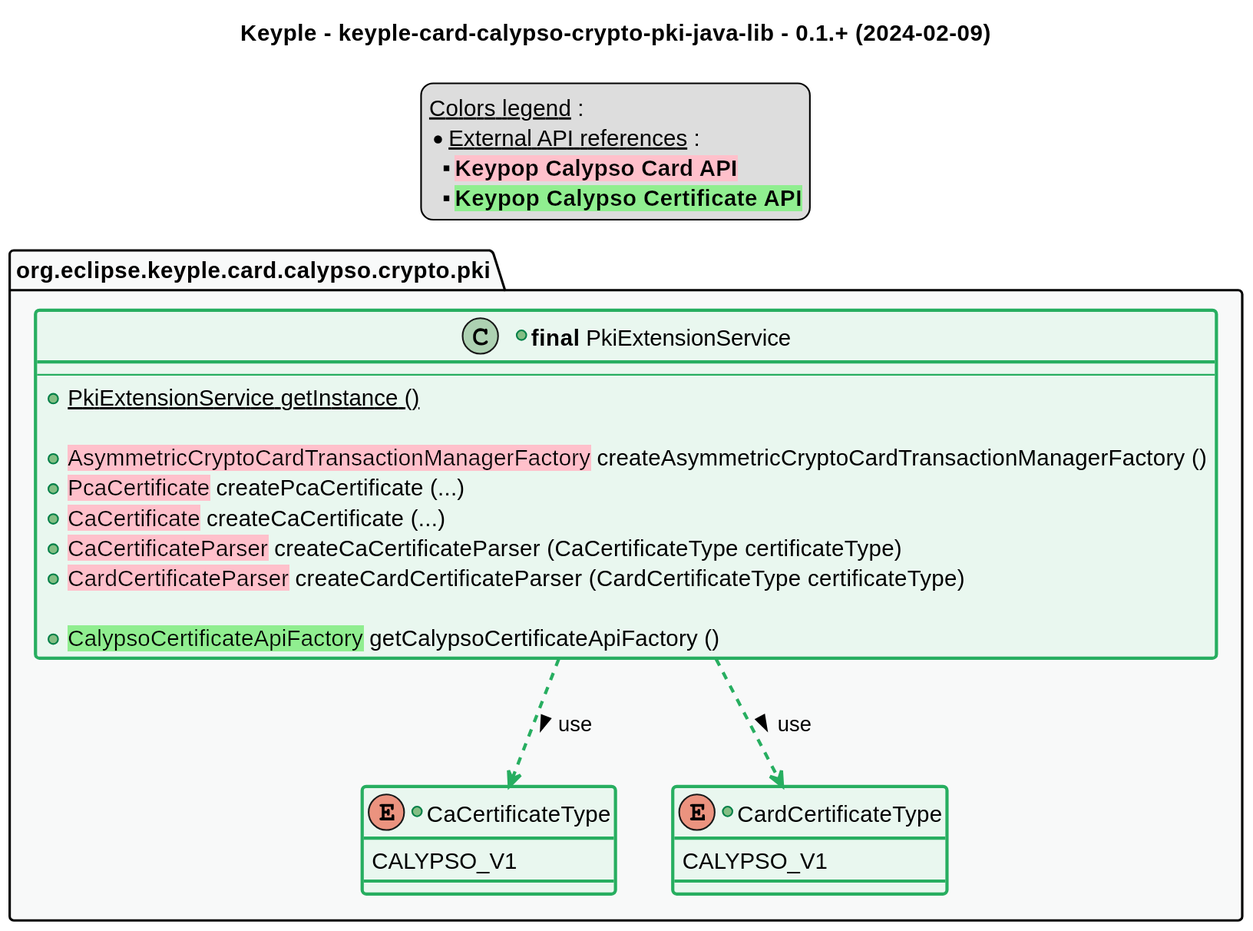
The PlantUML diagram src/main/uml/api_class_diagram.svg in eclipse-keyple/keyple-card-calypso-crypto-pki-java-lib, before a commit. The source it was exported from:
```plantuml
@startuml
title
    Keyple - keyple-card-calypso-crypto-pki-java-lib - 0.1.+ (2024-02-09)
end title


!define C_GREY1 F8F9F9
!define C_GREY2 F2F3F4
!define C_GREY3 E5E7E9
!define C_GREY4 D7DBDD
!define C_GREY5 CACFD2
!define C_GREY6 BDC3C7
!define C_LINK 3498DB
!define C_USE 27AE60

skinparam stereotypeABorderColor #A9DCDF
skinparam stereotypeIBorderColor #B4A7E5
skinparam stereotypeCBorderColor #ADD1B2
skinparam stereotypeEBorderColor #EB93DF

skinparam ClassBorderThickness 2
skinparam ArrowThickness 2

skinparam ClassBackgroundColor #FEFECE
skinparam ClassBorderColor #D4AC0D
skinparam ClassBackgroundColor<<red>> #FDEDEC
skinparam ClassBorderColor<<red>> #E74C3C
hide <<red>> stereotype
skinparam ClassBackgroundColor<<purple>> #F4ECF7
skinparam ClassBorderColor<<purple>> #8E44AD
hide <<purple>> stereotype
skinparam ClassBackgroundColor<<blue>> #EBF5FB
skinparam ClassBorderColor<<blue>> #3498DB
hide <<blue>> stereotype
skinparam ClassBackgroundColor<<green>> #E9F7EF
skinparam ClassBorderColor<<green>> #27AE60
hide <<green>> stereotype
skinparam ClassBackgroundColor<<grey>> #EAECEE
skinparam ClassBorderColor<<grey>> #2C3E50
hide <<grey>> stereotype


legend top
    __Colors legend__ :
    * __External API references__ :
    ** <back:pink>**Keypop Calypso Card API**</back>
    ** <back:lightgreen>**Keypop Calypso Certificate API**</back>
end legend

package "org.eclipse.keyple.card.calypso.crypto.pki" as pki {
    +class "**final** PkiExtensionService" as PkiExtensionService <<green>> {
        --
        +{static} PkiExtensionService getInstance ()

        +<back:pink>AsymmetricCryptoCardTransactionManagerFactory</back> createAsymmetricCryptoCardTransactionManagerFactory ()
        +<back:pink>PcaCertificate</back> createPcaCertificate (...)
        +<back:pink>CaCertificate</back> createCaCertificate (...)
        +<back:pink>CaCertificateParser</back> createCaCertificateParser (CaCertificateType certificateType)
        +<back:pink>CardCertificateParser</back> createCardCertificateParser (CardCertificateType certificateType)

        +<back:lightgreen>CalypsoCertificateApiFactory</back> getCalypsoCertificateApiFactory ()
    }
    +enum CaCertificateType <<green>> {
        CALYPSO_V1
    }
    +enum CardCertificateType <<green>> {
        CALYPSO_V1
    }
}


PkiExtensionService ..> CaCertificateType #C_USE : use >
PkiExtensionService ..> CardCertificateType #C_USE : use >




package pki #C_GREY1 {}
@enduml
```
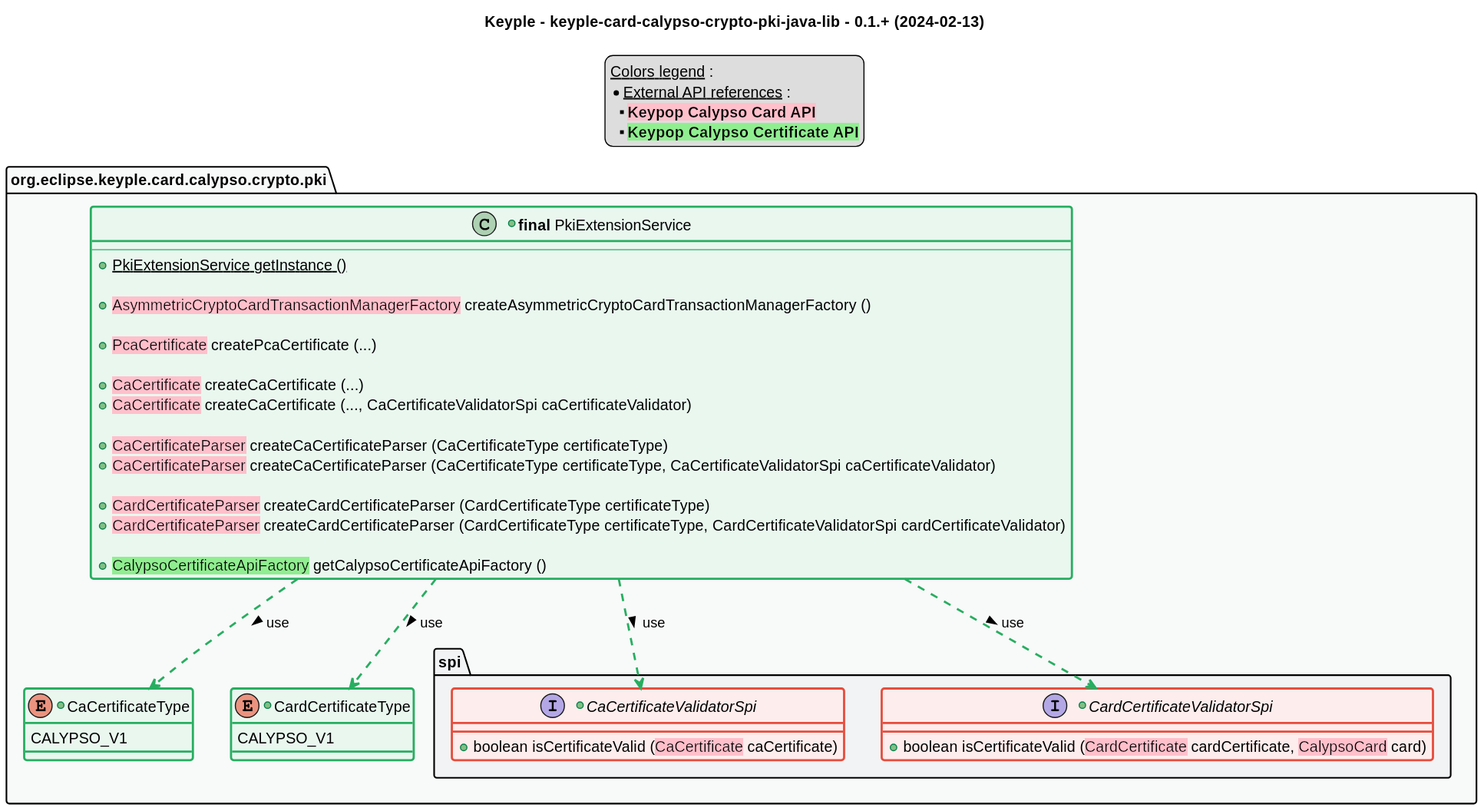
After the commit.

What changed in the source:
```diff
@@ -1,6 +1,6 @@
 @startuml
 title
-    Keyple - keyple-card-calypso-crypto-pki-java-lib - 0.1.+ (2024-02-09)
+    Keyple - keyple-card-calypso-crypto-pki-java-lib - 0.1.+ (2024-02-13)
 end title
 
 
@@ -53,10 +53,17 @@
         +{static} PkiExtensionService getInstance ()
 
         +<back:pink>AsymmetricCryptoCardTransactionManagerFactory</back> createAsymmetricCryptoCardTransactionManagerFactory ()
+
         +<back:pink>PcaCertificate</back> createPcaCertificate (...)
+
         +<back:pink>CaCertificate</back> createCaCertificate (...)
+        +<back:pink>CaCertificate</back> createCaCertificate (..., CaCertificateValidatorSpi caCertificateValidator)
+
         +<back:pink>CaCertificateParser</back> createCaCertificateParser (CaCertificateType certificateType)
+        +<back:pink>CaCertificateParser</back> createCaCertificateParser (CaCertificateType certificateType, CaCertificateValidatorSpi caCertificateValidator)
+
         +<back:pink>CardCertificateParser</back> createCardCertificateParser (CardCertificateType certificateType)
+        +<back:pink>CardCertificateParser</back> createCardCertificateParser (CardCertificateType certificateType, CardCertificateValidatorSpi cardCertificateValidator)
 
         +<back:lightgreen>CalypsoCertificateApiFactory</back> getCalypsoCertificateApiFactory ()
     }
@@ -66,14 +73,25 @@
     +enum CardCertificateType <<green>> {
         CALYPSO_V1
     }
+    package spi {
+        +interface "CaCertificateValidatorSpi" as CaCertificateValidatorSpi <<red>> {
+            +boolean isCertificateValid (<back:pink>CaCertificate</back> caCertificate)
+        }
+        +interface "CardCertificateValidatorSpi" as CardCertificateValidatorSpi <<red>> {
+            +boolean isCertificateValid (<back:pink>CardCertificate</back> cardCertificate, <back:pink>CalypsoCard</back> card)
+        }
+    }
 }
 
 
 PkiExtensionService ..> CaCertificateType #C_USE : use >
 PkiExtensionService ..> CardCertificateType #C_USE : use >
+PkiExtensionService ..> CaCertificateValidatorSpi #C_USE : use >
+PkiExtensionService ..> CardCertificateValidatorSpi #C_USE : use >
 
 
 
 
 package pki #C_GREY1 {}
+package pki.spi #C_GREY2 {}
 @enduml
```
